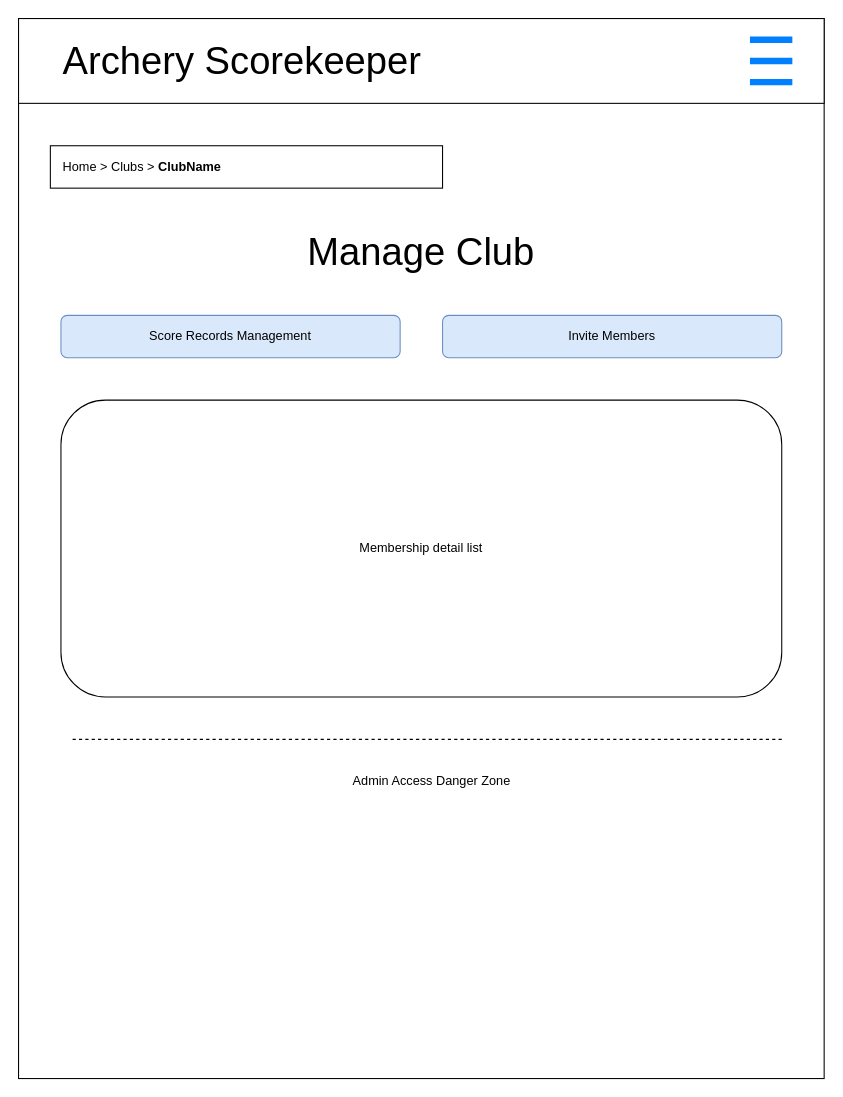
Before: 04-Wireframes/ADMIN-ManageClub.drawio in corey-richardson/comp3000, a draw.io diagram. Source tidied: cells renumbered, new cells numbered last; positions are measured from the earlier drawing's top-left corner, leaving out a move shared by most shapes. Both pictures are drawn from the tidied source at 106%, with x=0, y=0 at pixel (18, 18).
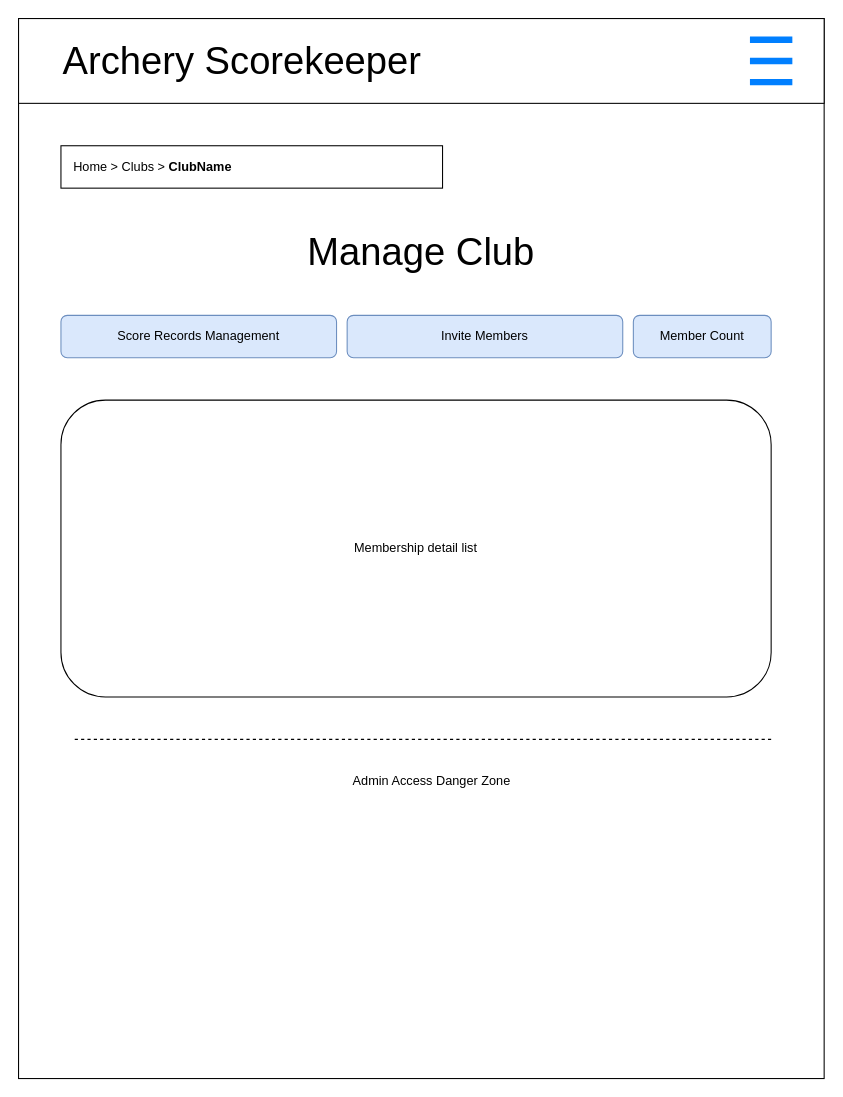
The same page after the edit.

What changed in the source:
```diff
@@
     <mxCell id="4" style="rounded=0;whiteSpace=wrap;html=1;" parent="1" vertex="1">
-      <mxGeometry x="30" y="120" width="370" height="40" as="geometry" />
+      <mxGeometry x="40" y="120" width="360" height="40" as="geometry" />
     </mxCell>
@@
     <mxCell id="6" value="Score Records Management" style="rounded=1;whiteSpace=wrap;html=1;fillColor=#dae8fc;strokeColor=#6c8ebf;" parent="1" vertex="1">
-      <mxGeometry x="40" y="280" width="320" height="40" as="geometry" />
+      <mxGeometry x="40" y="280" width="260" height="40" as="geometry" />
     </mxCell>
     <mxCell id="7" value="Invite Members" style="rounded=1;whiteSpace=wrap;html=1;fillColor=#dae8fc;strokeColor=#6c8ebf;" parent="1" vertex="1">
-      <mxGeometry x="400" y="280" width="320" height="40" as="geometry" />
+      <mxGeometry x="310" y="280" width="260" height="40" as="geometry" />
     </mxCell>
     <mxCell id="8" value="Membership detail list" style="rounded=1;whiteSpace=wrap;html=1;" parent="1" vertex="1">
-      <mxGeometry x="40" y="360" width="680" height="280" as="geometry" />
+      <mxGeometry x="40" y="360" width="670" height="280" as="geometry" />
     </mxCell>
     <mxCell id="9" style="endArrow=none;dashed=1;html=1;rounded=0;" parent="1" edge="1">
       <mxGeometry relative="1" as="geometry">
-        <mxPoint x="720" y="680" as="sourcePoint" />
+        <mxPoint x="710" y="680" as="sourcePoint" />
         <mxPoint x="50" y="680" as="targetPoint" />
       </mxGeometry>
     </mxCell>
@@
     <mxCell id="11" value="Home &amp;gt; Clubs &amp;gt; &lt;b&gt;ClubName&lt;/b&gt;" style="text;html=1;whiteSpace=wrap;strokeColor=none;fillColor=none;align=left;verticalAlign=middle;rounded=0;" parent="1" vertex="1">
-      <mxGeometry x="40" y="125" width="350" height="30" as="geometry" />
+      <mxGeometry x="50" y="125" width="340" height="30" as="geometry" />
     </mxCell>
@@
+    <mxCell id="16" value="Member Count" style="rounded=1;whiteSpace=wrap;html=1;fillColor=#dae8fc;strokeColor=#6c8ebf;" parent="1" vertex="1">
+      <mxGeometry x="580" y="280" width="130" height="40" as="geometry" />
+    </mxCell>
```
